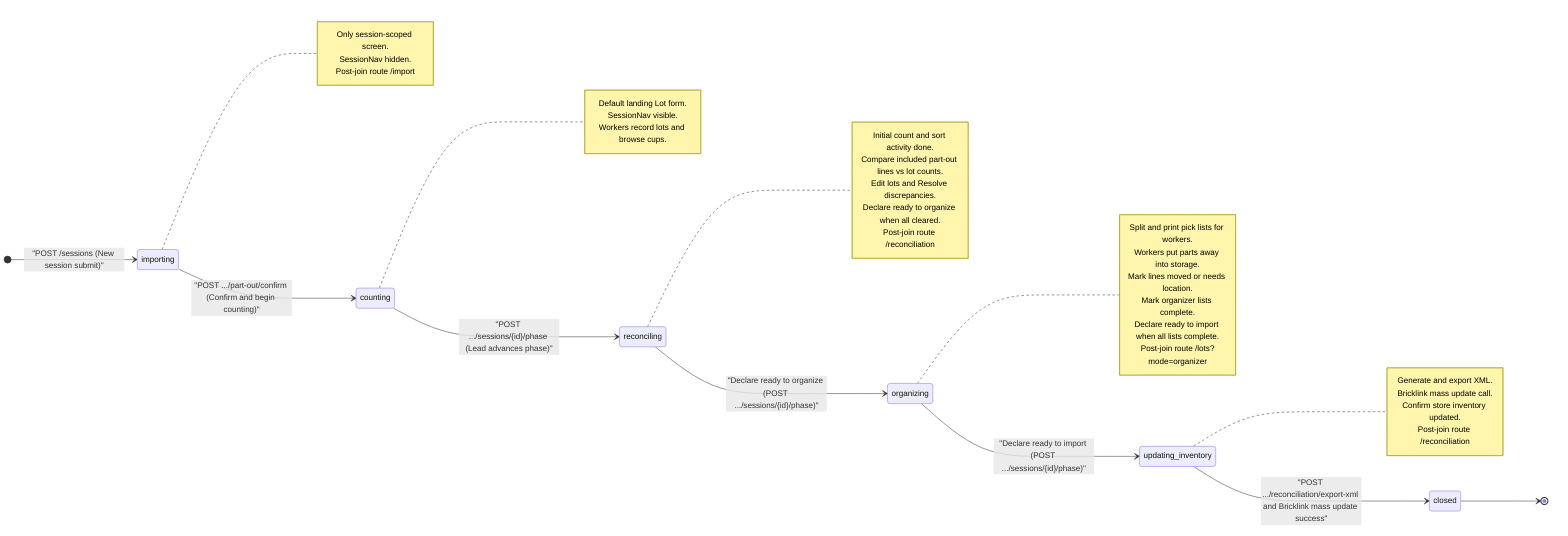
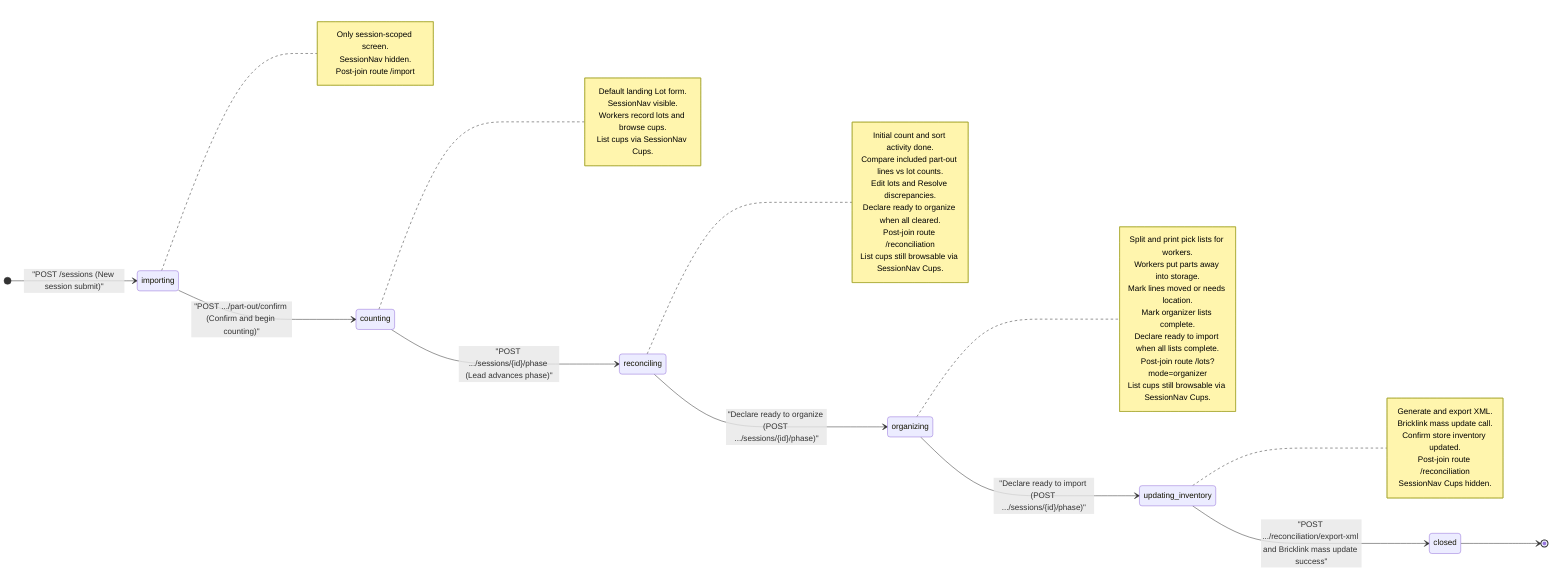
%% Session phase state machine
%% Sources: docs/view-specs/home.md, part-out-import.md, part-out-reconciliation.md,
- %%          list-lots.md, feature/part-out-coordinator/product-spec.md
+ %%          list-cups.md, list-lots.md, feature/part-out-coordinator/product-spec.md
%%
%% XML export and Bricklink mass update occur in updating_inventory, after organizing.

stateDiagram-v2
    direction LR

    [*] --> importing: "POST /sessions (New session submit)"
    importing --> counting: "POST .../part-out/confirm (Confirm and begin counting)"
    counting --> reconciling: "POST .../sessions/{id}/phase (Lead advances phase)"
    reconciling --> organizing: "Declare ready to organize (POST .../sessions/{id}/phase)"
    organizing --> updating_inventory: "Declare ready to import (POST .../sessions/{id}/phase)"
    updating_inventory --> closed: "POST .../reconciliation/export-xml and Bricklink mass update success"
    closed --> [*]

    note right of importing
        Only session-scoped screen.
        SessionNav hidden.
        Post-join route /import
    end note

    note right of counting
        Default landing Lot form.
        SessionNav visible.
        Workers record lots and browse cups.
+         List cups via SessionNav Cups.
    end note

    note right of reconciling
        Initial count and sort activity done.
        Compare included part-out lines vs lot counts.
        Edit lots and Resolve discrepancies.
        Declare ready to organize when all cleared.
        Post-join route /reconciliation
+         List cups still browsable via SessionNav Cups.
    end note

    note right of organizing
        Split and print pick lists for workers.
        Workers put parts away into storage.
        Mark lines moved or needs location.
        Mark organizer lists complete.
        Declare ready to import when all lists complete.
        Post-join route /lots?mode=organizer
+         List cups still browsable via SessionNav Cups.
    end note

    note right of updating_inventory
        Generate and export XML.
        Bricklink mass update call.
        Confirm store inventory updated.
        Post-join route /reconciliation
+         SessionNav Cups hidden.
    end note
